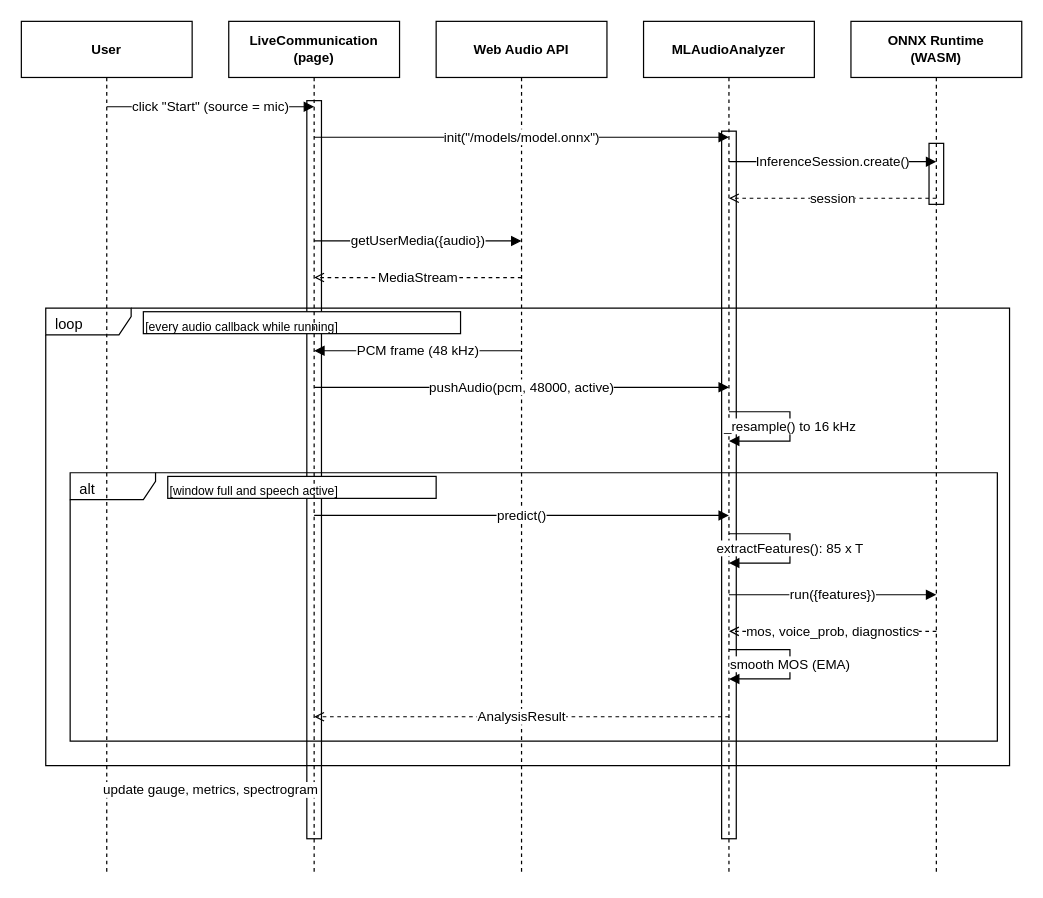
Above: docs/diagrams/09_sequence_live_analysis.drawio in gagandeepkaur75/EdgeAudio (draw.io), before the change. Source tidied: cells renumbered, new cells numbered last; positions are measured from the earlier drawing's top-left corner, leaving out a move shared by most shapes. Both pictures are drawn from the tidied source at 122%, with x=0, y=0 at pixel (21, 21).
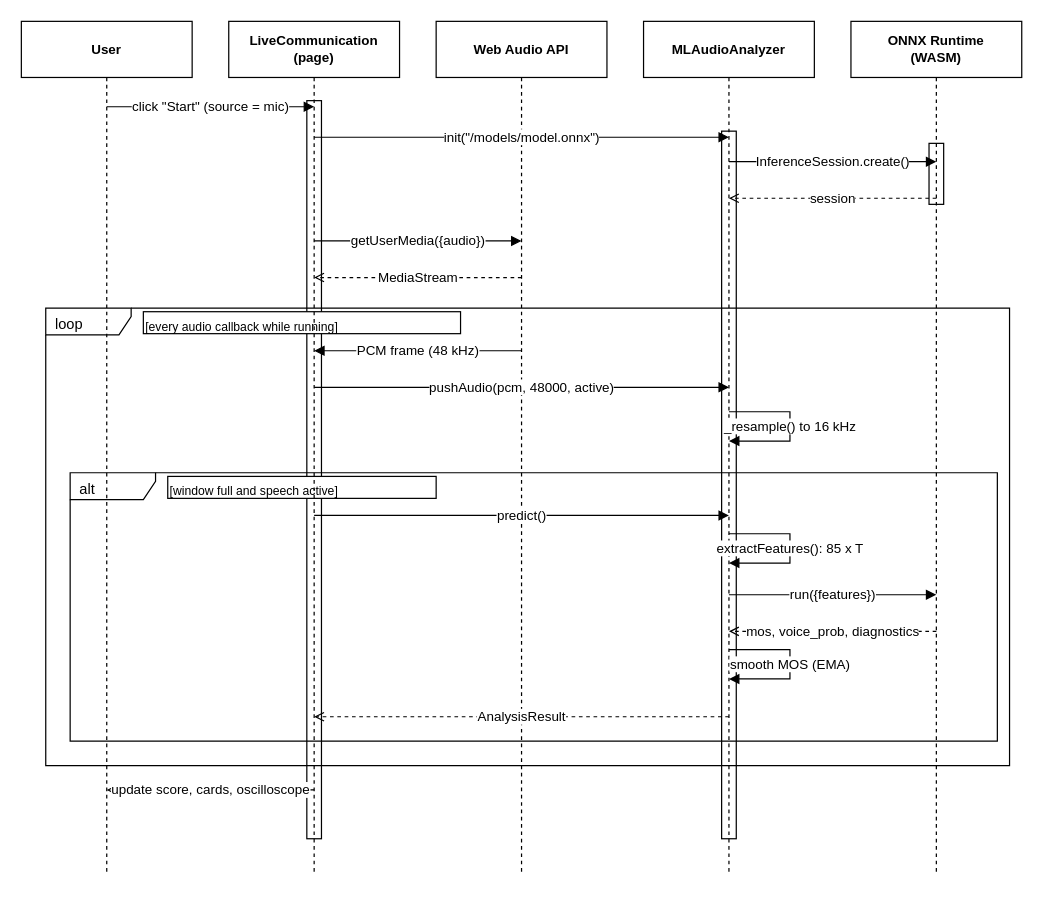
The same page after the edit.

Commit message (it also covers changes not shown here):
Correct diagram wording: live oscilloscope instead of spectrogram

The edit, as a diff of the source:
```diff
@@
-    <mxCell id="34" value="update gauge, metrics, spectrogram" style="html=1;edgeStyle=none;rounded=0;fontSize=11;fontColor=#000000;strokeColor=#000000;labelBackgroundColor=#ffffff;endArrow=open;endFill=0;dashed=1;" parent="1" edge="1">
+    <mxCell id="34" value="update score, cards, oscilloscope" style="html=1;edgeStyle=none;rounded=0;fontSize=11;fontColor=#000000;strokeColor=#000000;labelBackgroundColor=#ffffff;endArrow=open;endFill=0;dashed=1;" parent="1" edge="1">
       <mxGeometry relative="1" as="geometry">
         <mxPoint x="240" y="630" as="sourcePoint" />
         <mxPoint x="70" y="630" as="targetPoint" />
       </mxGeometry>
     </mxCell>
```
